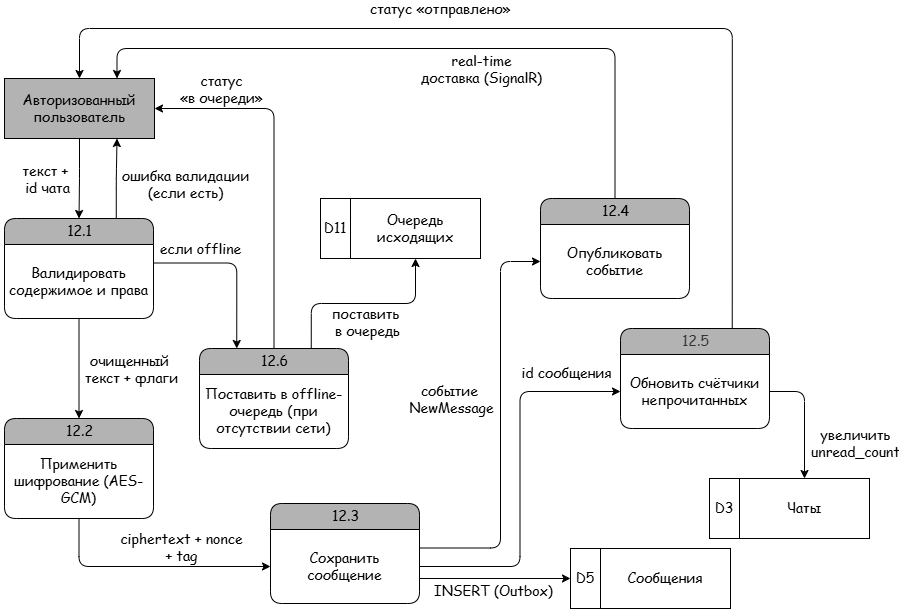
art2535/project-activity-guap keeps this draw.io diagram as Практическая работа №1. DFD/images/DFD-2-декомпозиция процесса 12.drawio.png. Above is the earlier version. Source tidied: cells renumbered, new cells last; positions are measured from the earlier drawing's top-left corner, leaving out a move shared by most shapes.
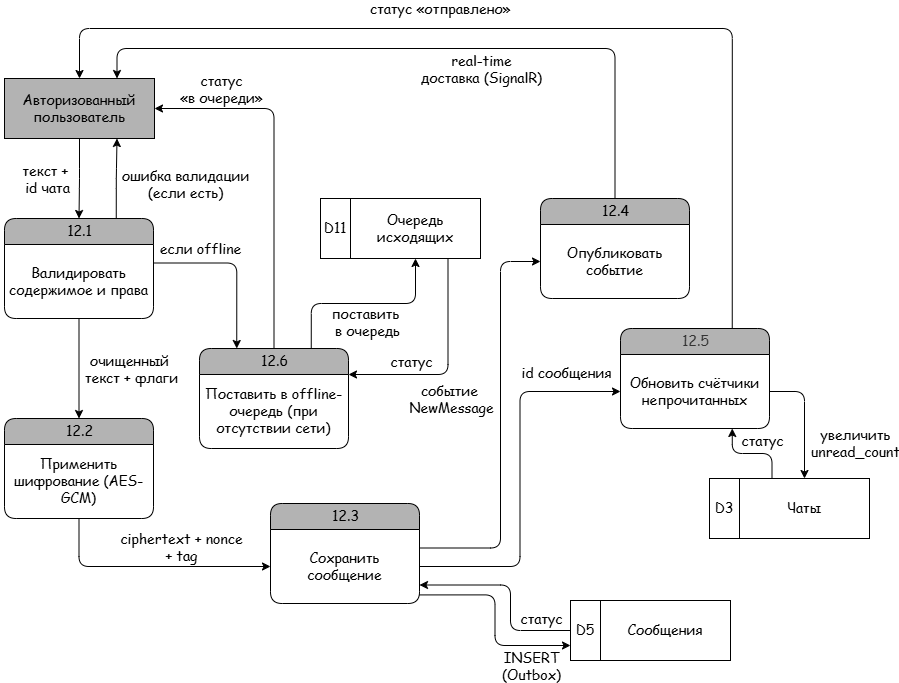
The same diagram one commit later.

Diff of the diagram source:
```diff
@@ -60,7 +60,7 @@
       <mxGeometry y="26" width="149" height="74" as="geometry" />
     </mxCell>
     <mxCell id="21" style="group;shadow=0;fontFamily=Comic Sans MS;fontSize=14;" parent="1" vertex="1">
-      <mxGeometry x="566" y="520" width="160" height="60" as="geometry" />
+      <mxGeometry x="566" y="572" width="160" height="60" as="geometry" />
     </mxCell>
     <mxCell id="22" value="Сообщения" style="rounded=0;whiteSpace=wrap;html=1;shadow=0;glass=0;sketch=0;strokeWidth=1;fillColor=none;fontFamily=Comic Sans MS;fontSize=14;" parent="21" vertex="1">
       <mxGeometry x="30" width="130" height="60" as="geometry" />
@@ -124,12 +124,12 @@
         <mxPoint x="-8" y="-21" as="offset" />
       </mxGeometry>
     </mxCell>
-    <mxCell id="38" style="endArrow=classic;html=1;fontFamily=Comic Sans MS;fontSize=14;edgeStyle=orthogonalEdgeStyle;startArrow=none;startFill=0;endFill=1;entryX=0;entryY=0.5;entryDx=0;entryDy=0;exitX=1;exitY=0.75;exitDx=0;exitDy=0;" parent="1" edge="1" source="7" target="23">
+    <mxCell id="38" style="endArrow=classic;html=1;fontFamily=Comic Sans MS;fontSize=14;edgeStyle=orthogonalEdgeStyle;startArrow=none;startFill=0;endFill=1;entryX=0;entryY=0.75;entryDx=0;entryDy=0;exitX=0.999;exitY=0.884;exitDx=0;exitDy=0;exitPerimeter=0;" parent="1" edge="1" source="8" target="23">
       <mxGeometry relative="1" as="geometry" />
     </mxCell>
-    <mxCell id="39" value="INSERT (Outbox)" style="edgeLabel;html=1;align=center;verticalAlign=middle;fontSize=14;fontFamily=Comic Sans MS;labelBackgroundColor=none;" parent="38" vertex="1">
+    <mxCell id="39" value="INSERT&lt;div&gt;(Outbox)&lt;/div&gt;" style="edgeLabel;html=1;align=center;verticalAlign=middle;fontSize=14;fontFamily=Comic Sans MS;labelBackgroundColor=none;" parent="38" vertex="1">
       <mxGeometry x="0.32" y="-1" relative="1" as="geometry">
-        <mxPoint x="-27" y="11" as="offset" />
+        <mxPoint x="29" y="19" as="offset" />
       </mxGeometry>
     </mxCell>
     <mxCell id="40" style="endArrow=classic;html=1;fontFamily=Comic Sans MS;fontSize=14;edgeStyle=orthogonalEdgeStyle;startArrow=none;startFill=0;endFill=1;entryX=0.5;entryY=0;entryDx=0;entryDy=0;exitX=1;exitY=0.5;exitDx=0;exitDy=0;" parent="1" edge="1" source="18" target="12">
@@ -187,5 +187,38 @@
         <mxPoint x="71" y="-19" as="offset" />
       </mxGeometry>
     </mxCell>
+    <mxCell id="50" style="endArrow=classic;html=1;fontFamily=Comic Sans MS;fontSize=14;edgeStyle=orthogonalEdgeStyle;startArrow=none;startFill=0;endFill=1;exitX=0.75;exitY=1;exitDx=0;exitDy=0;entryX=1;entryY=0;entryDx=0;entryDy=0;" parent="1" edge="1" source="15" target="20">
+      <mxGeometry relative="1" as="geometry">
+        <Array as="points">
+          <mxPoint x="443.5" y="346" />
+        </Array>
+      </mxGeometry>
+    </mxCell>
+    <mxCell id="51" value="статус" style="edgeLabel;html=1;align=center;verticalAlign=middle;fontSize=14;fontFamily=Comic Sans MS;labelBackgroundColor=none;" parent="50" vertex="1">
+      <mxGeometry x="0.32" y="-1" relative="1" as="geometry">
+        <mxPoint x="-11" y="-12" as="offset" />
+      </mxGeometry>
+    </mxCell>
+    <mxCell id="52" style="endArrow=classic;html=1;fontFamily=Comic Sans MS;fontSize=14;edgeStyle=orthogonalEdgeStyle;startArrow=none;startFill=0;endFill=1;exitX=0.25;exitY=0;exitDx=0;exitDy=0;entryX=0.75;entryY=1;entryDx=0;entryDy=0;" parent="1" edge="1" source="12" target="18">
+      <mxGeometry relative="1" as="geometry" />
+    </mxCell>
+    <mxCell id="53" value="статус" style="edgeLabel;html=1;align=center;verticalAlign=middle;fontSize=14;fontFamily=Comic Sans MS;labelBackgroundColor=none;" parent="52" vertex="1">
+      <mxGeometry x="0.32" y="-1" relative="1" as="geometry">
+        <mxPoint x="24" y="-12" as="offset" />
+      </mxGeometry>
+    </mxCell>
+    <mxCell id="54" style="endArrow=classic;html=1;fontFamily=Comic Sans MS;fontSize=14;edgeStyle=orthogonalEdgeStyle;startArrow=none;startFill=0;endFill=1;exitX=0;exitY=0.5;exitDx=0;exitDy=0;entryX=1;entryY=0.75;entryDx=0;entryDy=0;" parent="1" edge="1" source="23" target="8">
+      <mxGeometry relative="1" as="geometry">
+        <Array as="points">
+          <mxPoint x="506" y="602" />
+          <mxPoint x="506" y="556.5" />
+        </Array>
+      </mxGeometry>
+    </mxCell>
+    <mxCell id="55" value="статус" style="edgeLabel;html=1;align=center;verticalAlign=middle;fontSize=14;fontFamily=Comic Sans MS;labelBackgroundColor=none;" parent="54" vertex="1">
+      <mxGeometry x="0.32" y="-1" relative="1" as="geometry">
+        <mxPoint x="55" y="35" as="offset" />
+      </mxGeometry>
+    </mxCell>
   </root>
 </mxGraphModel>
```
